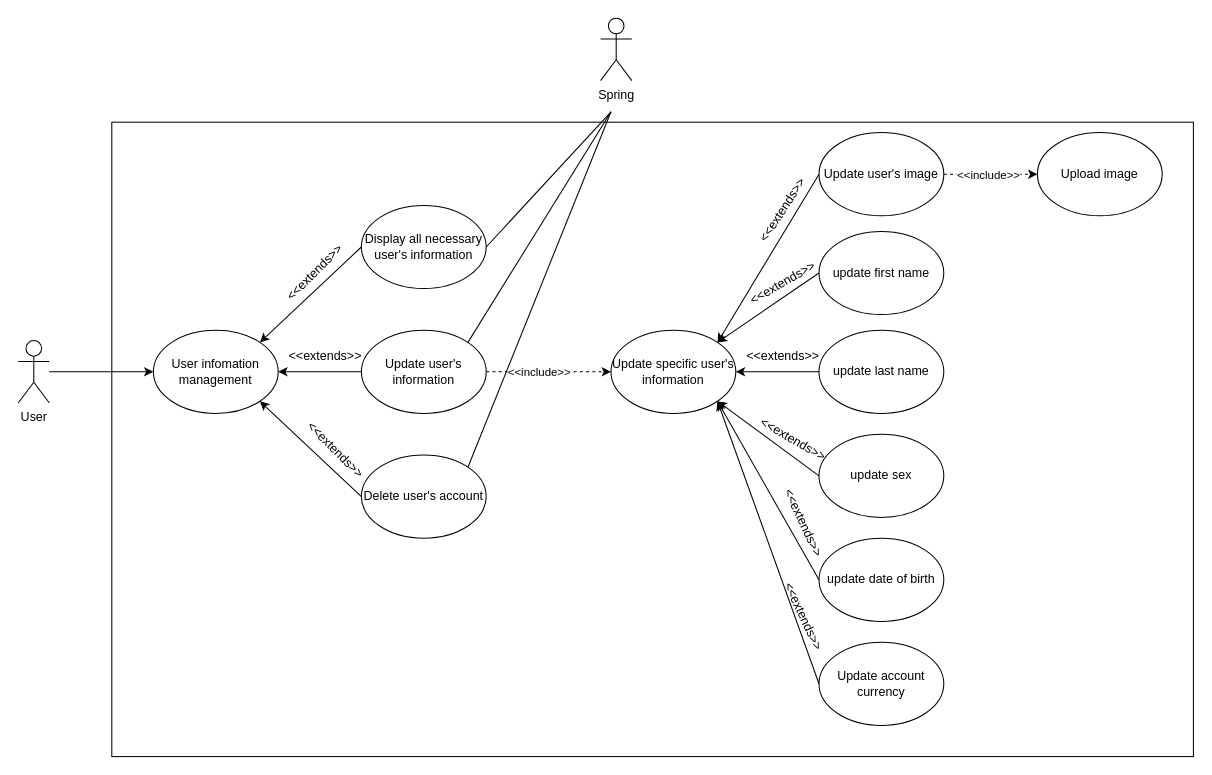
Before: system-design/user-management/user-info/user-info.drawio in PhoenixWK/Payap, a draw.io diagram. Source tidied: cells renumbered, new cells numbered last; positions are measured from the earlier drawing's top-left corner, leaving out a move shared by most shapes. Both pictures are drawn from the tidied source at 104%, with x=0, y=0 at pixel (18, 18).
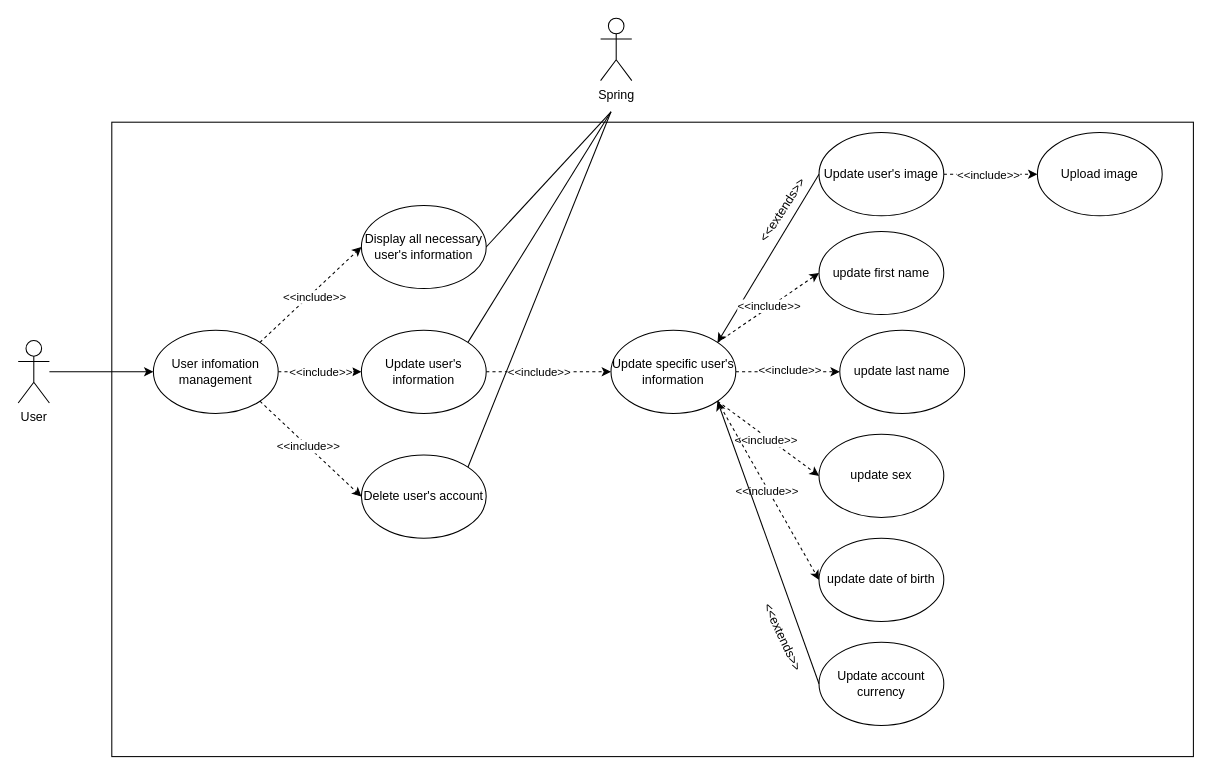
Above is the later version.

The change refers to these unchanged cells:
```xml
<mxCell id="4" value="User infomation management" style="ellipse;whiteSpace=wrap;html=1;" parent="1" vertex="1">
  <mxGeometry x="130" y="300" width="120" height="80" as="geometry" />
</mxCell>
<mxCell id="5" value="Display all necessary user's information" style="ellipse;whiteSpace=wrap;html=1;" parent="1" vertex="1">
  <mxGeometry x="330" y="180" width="120" height="80" as="geometry" />
</mxCell>
<mxCell id="10" value="Update user's information" style="ellipse;whiteSpace=wrap;html=1;" parent="1" vertex="1">
  <mxGeometry x="330" y="300" width="120" height="80" as="geometry" />
</mxCell>
<mxCell id="13" value="Update specific user's information" style="ellipse;whiteSpace=wrap;html=1;" parent="1" vertex="1">
  <mxGeometry x="570" y="300" width="120" height="80" as="geometry" />
</mxCell>
<mxCell id="14" value="update first name" style="ellipse;whiteSpace=wrap;html=1;" parent="1" vertex="1">
  <mxGeometry x="770" y="205" width="120" height="80" as="geometry" />
</mxCell>
<mxCell id="17" value="update sex" style="ellipse;whiteSpace=wrap;html=1;" parent="1" vertex="1">
  <mxGeometry x="770" y="400" width="120" height="80" as="geometry" />
</mxCell>
<mxCell id="18" value="update date of birth" style="ellipse;whiteSpace=wrap;html=1;" parent="1" vertex="1">
  <mxGeometry x="770" y="500" width="120" height="80" as="geometry" />
</mxCell>
<mxCell id="22" value="Update account currency" style="ellipse;whiteSpace=wrap;html=1;" parent="1" vertex="1">
  <mxGeometry x="770" y="600" width="120" height="80" as="geometry" />
</mxCell>
<mxCell id="24" value="Delete user's account" style="ellipse;whiteSpace=wrap;html=1;" parent="1" vertex="1">
  <mxGeometry x="330" y="420" width="120" height="80" as="geometry" />
</mxCell>
```

What changed in the source:
```diff
@@
+    <mxCell id="43" style="edgeStyle=orthogonalEdgeStyle;rounded=0;jettySize=auto;html=1;exitX=1;exitY=0.5;exitDx=0;exitDy=0;entryX=0;entryY=0.5;entryDx=0;entryDy=0;dashed=1;" parent="1" edge="1" source="4" target="10">
+      <mxGeometry relative="1" as="geometry" />
+    </mxCell>
+    <mxCell id="44" value="&amp;lt;&amp;lt;include&amp;gt;&amp;gt;" style="edgeLabel;html=1;align=center;verticalAlign=middle;" parent="43" vertex="1">
+      <mxGeometry x="0.01" relative="1" as="geometry" />
+    </mxCell>
@@
-    <mxCell id="6" style="endArrow=classic;html=1;rounded=0;exitX=0;exitY=0.5;exitDx=0;exitDy=0;entryX=1;entryY=0;entryDx=0;entryDy=0;" parent="1" edge="1" source="5" target="4">
-      <mxGeometry relative="1" as="geometry" />
-    </mxCell>
-    <mxCell id="7" value="&amp;lt;&amp;lt;extends&amp;gt;&amp;gt;" style="text;html=1;align=center;verticalAlign=middle;strokeColor=none;fillColor=none;rotation=-45;" parent="1" vertex="1">
-      <mxGeometry x="240" y="230" width="90" height="30" as="geometry" />
-    </mxCell>
@@
-    <mxCell id="11" style="endArrow=classic;html=1;rounded=0;exitX=0;exitY=0.5;exitDx=0;exitDy=0;entryX=1;entryY=0.5;entryDx=0;entryDy=0;" parent="1" edge="1" source="10" target="4">
-      <mxGeometry relative="1" as="geometry" />
-    </mxCell>
-    <mxCell id="12" value="&amp;lt;&amp;lt;extends&amp;gt;&amp;gt;" style="text;html=1;align=center;verticalAlign=middle;strokeColor=none;fillColor=none;rotation=0;" parent="1" vertex="1">
-      <mxGeometry x="250" y="310" width="90" height="30" as="geometry" />
-    </mxCell>
+    <mxCell id="45" style="edgeStyle=orthogonalEdgeStyle;rounded=0;jettySize=auto;html=1;exitX=1;exitY=0.5;exitDx=0;exitDy=0;dashed=1;" parent="1" edge="1" source="13" target="16">
+      <mxGeometry relative="1" as="geometry" />
+    </mxCell>
+    <mxCell id="46" value="&amp;lt;&amp;lt;include&amp;gt;&amp;gt;" style="edgeLabel;html=1;align=center;verticalAlign=middle;" parent="45" vertex="1">
+      <mxGeometry x="0.01" y="2" relative="1" as="geometry" />
+    </mxCell>
@@
-    <mxCell id="15" style="edgeStyle=orthogonalEdgeStyle;rounded=0;jettySize=auto;html=1;entryX=1;entryY=0.5;entryDx=0;entryDy=0;" parent="1" edge="1" source="16" target="13">
-      <mxGeometry relative="1" as="geometry" />
-    </mxCell>
     <mxCell id="16" value="update last name" style="ellipse;whiteSpace=wrap;html=1;" parent="1" vertex="1">
-      <mxGeometry x="770" y="300" width="120" height="80" as="geometry" />
+      <mxGeometry x="790" y="300" width="120" height="80" as="geometry" />
     </mxCell>
@@
-    <mxCell id="19" style="endArrow=classic;html=1;rounded=0;exitX=0;exitY=0.5;exitDx=0;exitDy=0;entryX=1;entryY=0;entryDx=0;entryDy=0;" parent="1" edge="1" source="14" target="13">
-      <mxGeometry relative="1" as="geometry" />
-    </mxCell>
-    <mxCell id="20" style="endArrow=classic;html=1;rounded=0;exitX=0;exitY=0.5;exitDx=0;exitDy=0;entryX=1;entryY=1;entryDx=0;entryDy=0;" parent="1" edge="1" source="17" target="13">
-      <mxGeometry relative="1" as="geometry" />
-    </mxCell>
-    <mxCell id="21" style="endArrow=classic;html=1;rounded=0;exitX=0;exitY=0.5;exitDx=0;exitDy=0;entryX=1;entryY=1;entryDx=0;entryDy=0;" parent="1" edge="1" source="18" target="13">
-      <mxGeometry relative="1" as="geometry" />
-    </mxCell>
@@
-    <mxCell id="23" style="endArrow=classic;html=1;rounded=0;exitX=0;exitY=0.5;exitDx=0;exitDy=0;entryX=1;entryY=1;entryDx=0;entryDy=0;" parent="1" edge="1" source="22" target="13">
-      <mxGeometry relative="1" as="geometry" />
-    </mxCell>
@@
-    <mxCell id="25" style="endArrow=classic;html=1;rounded=0;exitX=0;exitY=0.5;exitDx=0;exitDy=0;entryX=1;entryY=1;entryDx=0;entryDy=0;" parent="1" edge="1" source="24" target="4">
-      <mxGeometry relative="1" as="geometry" />
-    </mxCell>
-    <mxCell id="26" value="&amp;lt;&amp;lt;extends&amp;gt;&amp;gt;" style="text;html=1;align=center;verticalAlign=middle;strokeColor=none;fillColor=none;rotation=45;" parent="1" vertex="1">
-      <mxGeometry x="260" y="400" width="90" height="30" as="geometry" />
-    </mxCell>
-    <mxCell id="27" value="&amp;lt;&amp;lt;extends&amp;gt;&amp;gt;" style="text;html=1;align=center;verticalAlign=middle;strokeColor=none;fillColor=none;rotation=-30;" parent="1" vertex="1">
-      <mxGeometry x="690" y="240" width="90" height="30" as="geometry" />
-    </mxCell>
-    <mxCell id="28" value="&amp;lt;&amp;lt;extends&amp;gt;&amp;gt;" style="text;html=1;align=center;verticalAlign=middle;strokeColor=none;fillColor=none;rotation=0;" parent="1" vertex="1">
-      <mxGeometry x="690" y="310" width="90" height="30" as="geometry" />
-    </mxCell>
-    <mxCell id="29" value="&amp;lt;&amp;lt;extends&amp;gt;&amp;gt;" style="text;html=1;align=center;verticalAlign=middle;strokeColor=none;fillColor=none;rotation=30;" parent="1" vertex="1">
-      <mxGeometry x="700" y="390" width="90" height="30" as="geometry" />
-    </mxCell>
-    <mxCell id="30" value="&amp;lt;&amp;lt;extends&amp;gt;&amp;gt;" style="text;html=1;align=center;verticalAlign=middle;strokeColor=none;fillColor=none;rotation=65;" parent="1" vertex="1">
-      <mxGeometry x="710" y="470" width="90" height="30" as="geometry" />
-    </mxCell>
-    <mxCell id="31" value="&amp;lt;&amp;lt;extends&amp;gt;&amp;gt;" style="text;html=1;align=center;verticalAlign=middle;strokeColor=none;fillColor=none;rotation=65;" parent="1" vertex="1">
-      <mxGeometry x="710" y="560" width="90" height="30" as="geometry" />
-    </mxCell>
@@
+    <mxCell id="47" style="endArrow=classic;html=1;rounded=0;exitX=1;exitY=0;exitDx=0;exitDy=0;entryX=0;entryY=0.5;entryDx=0;entryDy=0;dashed=1;" parent="1" edge="1" source="4" target="5">
+      <mxGeometry relative="1" as="geometry" />
+    </mxCell>
+    <mxCell id="48" value="&amp;lt;&amp;lt;include&amp;gt;&amp;gt;" style="edgeLabel;html=1;align=center;verticalAlign=middle;" parent="47" vertex="1">
+      <mxGeometry x="0.01" y="-3" relative="1" as="geometry" />
+    </mxCell>
+    <mxCell id="49" style="endArrow=classic;html=1;rounded=0;exitX=1;exitY=1;exitDx=0;exitDy=0;entryX=0;entryY=0.5;entryDx=0;entryDy=0;dashed=1;" parent="1" edge="1" source="4" target="24">
+      <mxGeometry relative="1" as="geometry" />
+    </mxCell>
+    <mxCell id="50" value="&amp;lt;&amp;lt;include&amp;gt;&amp;gt;" style="edgeLabel;html=1;align=center;verticalAlign=middle;" parent="49" vertex="1">
+      <mxGeometry x="-0.06" relative="1" as="geometry" />
+    </mxCell>
+    <mxCell id="51" style="endArrow=classic;html=1;rounded=0;exitX=1;exitY=0;exitDx=0;exitDy=0;entryX=0;entryY=0.5;entryDx=0;entryDy=0;dashed=1;" parent="1" edge="1" source="13" target="14">
+      <mxGeometry relative="1" as="geometry" />
+    </mxCell>
+    <mxCell id="52" value="&amp;lt;&amp;lt;include&amp;gt;&amp;gt;" style="edgeLabel;html=1;align=center;verticalAlign=middle;" parent="51" vertex="1">
+      <mxGeometry x="0.02" relative="1" as="geometry">
+        <mxPoint y="-1" as="offset" />
+      </mxGeometry>
+    </mxCell>
+    <mxCell id="53" style="endArrow=classic;html=1;rounded=0;exitX=1;exitY=1;exitDx=0;exitDy=0;entryX=0;entryY=0.5;entryDx=0;entryDy=0;dashed=1;" parent="1" edge="1" source="13" target="17">
+      <mxGeometry relative="1" as="geometry" />
+    </mxCell>
+    <mxCell id="54" value="&amp;lt;&amp;lt;include&amp;gt;&amp;gt;" style="edgeLabel;html=1;align=center;verticalAlign=middle;" parent="53" vertex="1">
+      <mxGeometry x="-0.01" y="-3" relative="1" as="geometry">
+        <mxPoint y="-1" as="offset" />
+      </mxGeometry>
+    </mxCell>
+    <mxCell id="55" style="endArrow=classic;html=1;rounded=0;exitX=1;exitY=1;exitDx=0;exitDy=0;entryX=0;entryY=0.5;entryDx=0;entryDy=0;dashed=1;" parent="1" edge="1" source="13" target="18">
+      <mxGeometry relative="1" as="geometry" />
+    </mxCell>
+    <mxCell id="56" value="&amp;lt;&amp;lt;include&amp;gt;&amp;gt;" style="edgeLabel;html=1;align=center;verticalAlign=middle;" parent="55" vertex="1">
+      <mxGeometry x="-0.01" y="-2" relative="1" as="geometry" />
+    </mxCell>
+    <mxCell id="23" style="endArrow=classic;html=1;rounded=0;exitX=0;exitY=0.5;exitDx=0;exitDy=0;entryX=1;entryY=1;entryDx=0;entryDy=0;" parent="1" edge="1" source="22" target="13">
+      <mxGeometry relative="1" as="geometry" />
+    </mxCell>
+    <mxCell id="57" value="&amp;lt;&amp;lt;extends&amp;gt;&amp;gt;" style="text;html=1;align=center;verticalAlign=middle;strokeColor=none;fillColor=none;rotation=65;" parent="1" vertex="1">
+      <mxGeometry x="690" y="580" width="90" height="30" as="geometry" />
+    </mxCell>
```
